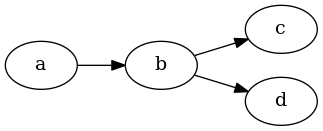
Earlier version of the Graphviz export executor_lifecycle.png (BuckarooBanzay/epic). Its source is kept beside it as executor_lifecycle.dot.
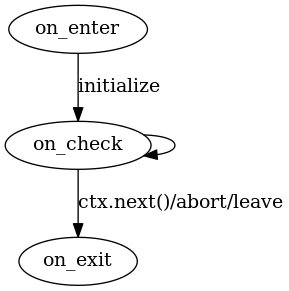
Above is the later version.

What changed in the source:
```diff
@@ -1,5 +1,5 @@
 digraph {
-  rankdir=LR;
-  a -> b -> c;
-  b -> d;
+  on_enter -> on_check [label=initialize];
+  on_check -> on_check;
+  on_check -> on_exit [label="ctx.next()/abort/leave"];
 }
```
